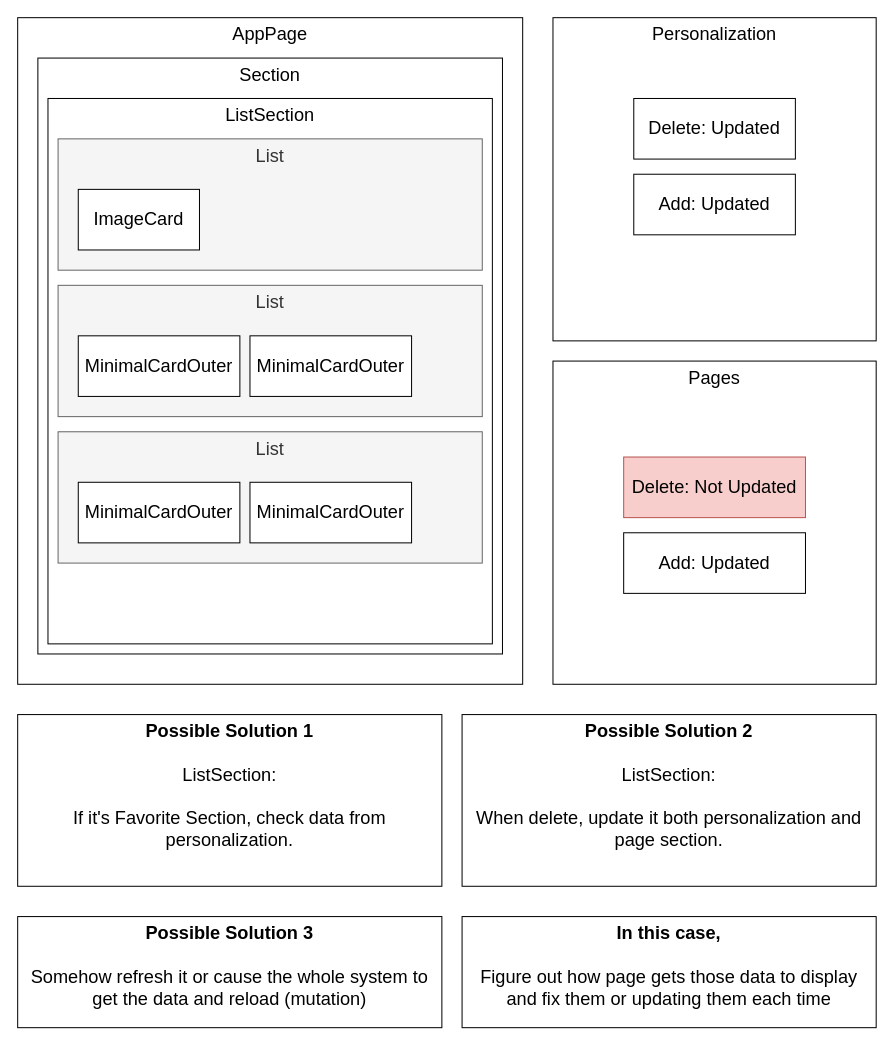
This is Client-Web.drawio from brightlightkim/Coding_Design, a draw.io file, before an edit. Source tidied: cells renumbered, new cells numbered last; positions are measured from the earlier drawing's top-left corner, leaving out a move shared by most shapes. Both pictures are drawn from the tidied source at 101%, with x=0, y=0 at pixel (17, 17).
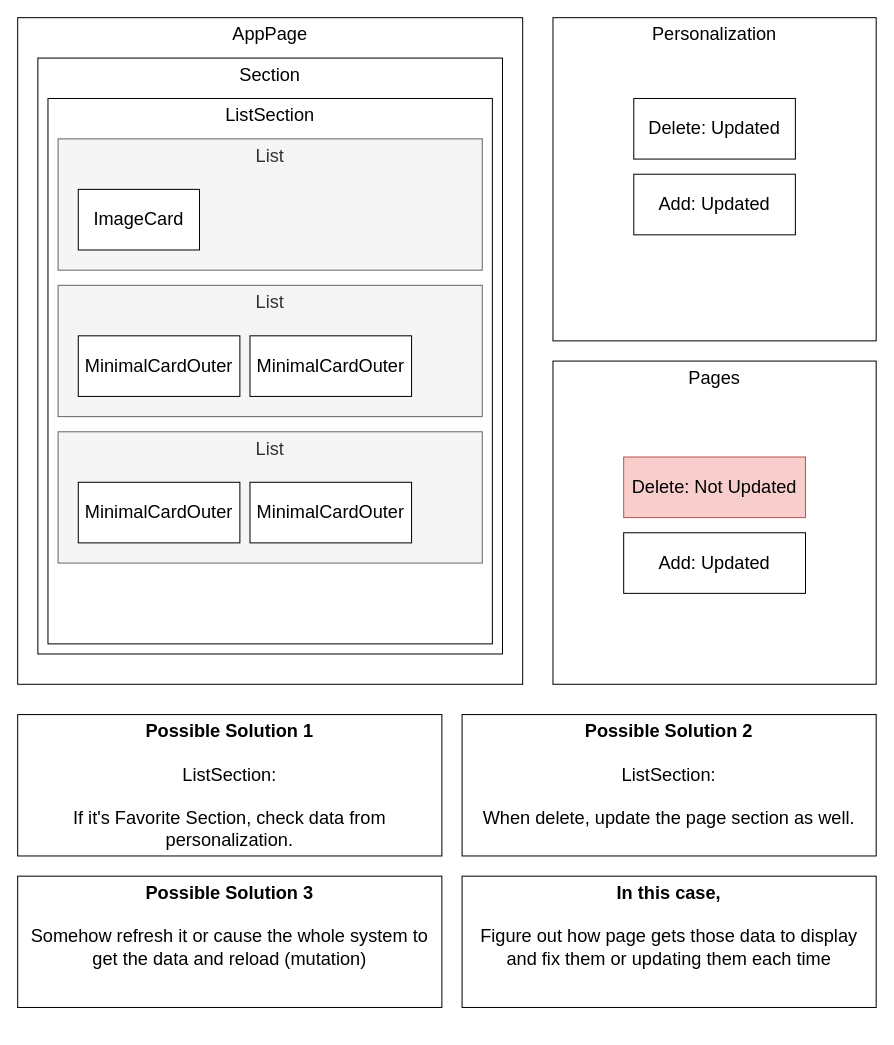
Above is the later version.

Change to the diagram source:
```diff
@@
     <mxCell id="19" value="&lt;b&gt;Possible Solution 1&lt;/b&gt;&lt;br&gt;&lt;br&gt;ListSection:&lt;br&gt;&lt;br&gt;If it's Favorite Section, check data from personalization." style="rounded=0;whiteSpace=wrap;html=1;verticalAlign=top;fontSize=18;" parent="1" vertex="1">
-      <mxGeometry y="690" width="420" height="170" as="geometry" />
+      <mxGeometry y="690" width="420" height="140" as="geometry" />
     </mxCell>
-    <mxCell id="20" value="&lt;b&gt;Possible Solution 2&lt;/b&gt;&lt;br&gt;&lt;br&gt;ListSection:&lt;br&gt;&lt;br&gt;When delete, update it both personalization and page section." style="rounded=0;whiteSpace=wrap;html=1;verticalAlign=top;fontSize=18;" parent="1" vertex="1">
-      <mxGeometry x="440" y="690" width="410" height="170" as="geometry" />
+    <mxCell id="20" value="&lt;b&gt;Possible Solution 2&lt;/b&gt;&lt;br&gt;&lt;br&gt;ListSection:&lt;br&gt;&lt;br&gt;When delete, update the page section as well." style="rounded=0;whiteSpace=wrap;html=1;verticalAlign=top;fontSize=18;" parent="1" vertex="1">
+      <mxGeometry x="440" y="690" width="410" height="140" as="geometry" />
     </mxCell>
     <mxCell id="21" value="&lt;b&gt;In this case,&lt;/b&gt;&lt;br&gt;&lt;br&gt;Figure out how page gets those data to display&lt;br&gt;and fix them or updating them each time" style="rounded=0;whiteSpace=wrap;html=1;verticalAlign=top;fontSize=18;" parent="1" vertex="1">
-      <mxGeometry x="440" y="890" width="410" height="110" as="geometry" />
+      <mxGeometry x="440" y="850" width="410" height="130" as="geometry" />
     </mxCell>
     <mxCell id="22" value="&lt;b&gt;Possible Solution 3&lt;/b&gt;&lt;br&gt;&lt;br&gt;Somehow refresh it or cause the whole system to get the data and reload (mutation)" style="rounded=0;whiteSpace=wrap;html=1;verticalAlign=top;fontSize=18;" parent="1" vertex="1">
-      <mxGeometry y="890" width="420" height="110" as="geometry" />
+      <mxGeometry y="850" width="420" height="130" as="geometry" />
     </mxCell>
```
